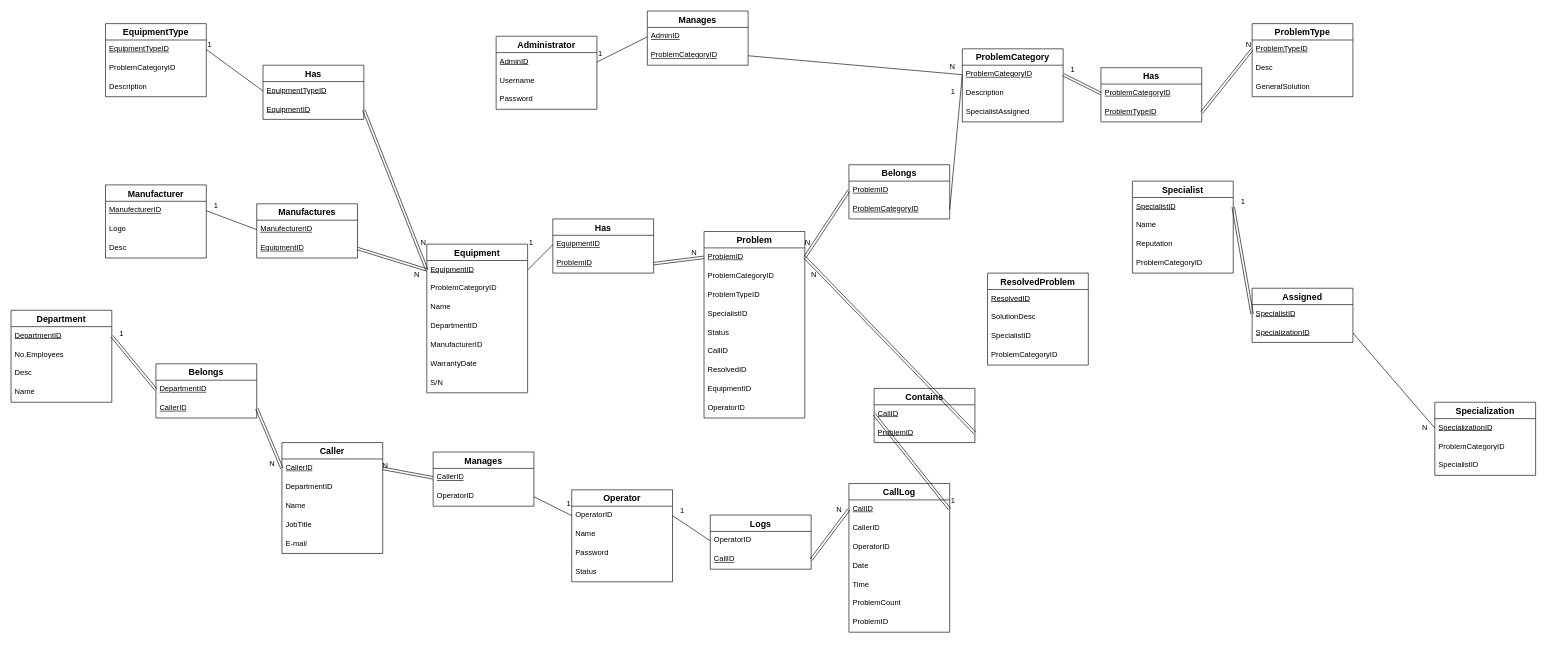
This is DiagramaEquipamento.drawio from VascoMatos/diagramas, a draw.io file, before an edit. Source tidied: cells renumbered, new cells numbered last; positions are measured from the earlier drawing's top-left corner, leaving out a move shared by most shapes. Both pictures are drawn from the tidied source at 63%, with x=0, y=0 at pixel (11, 11).
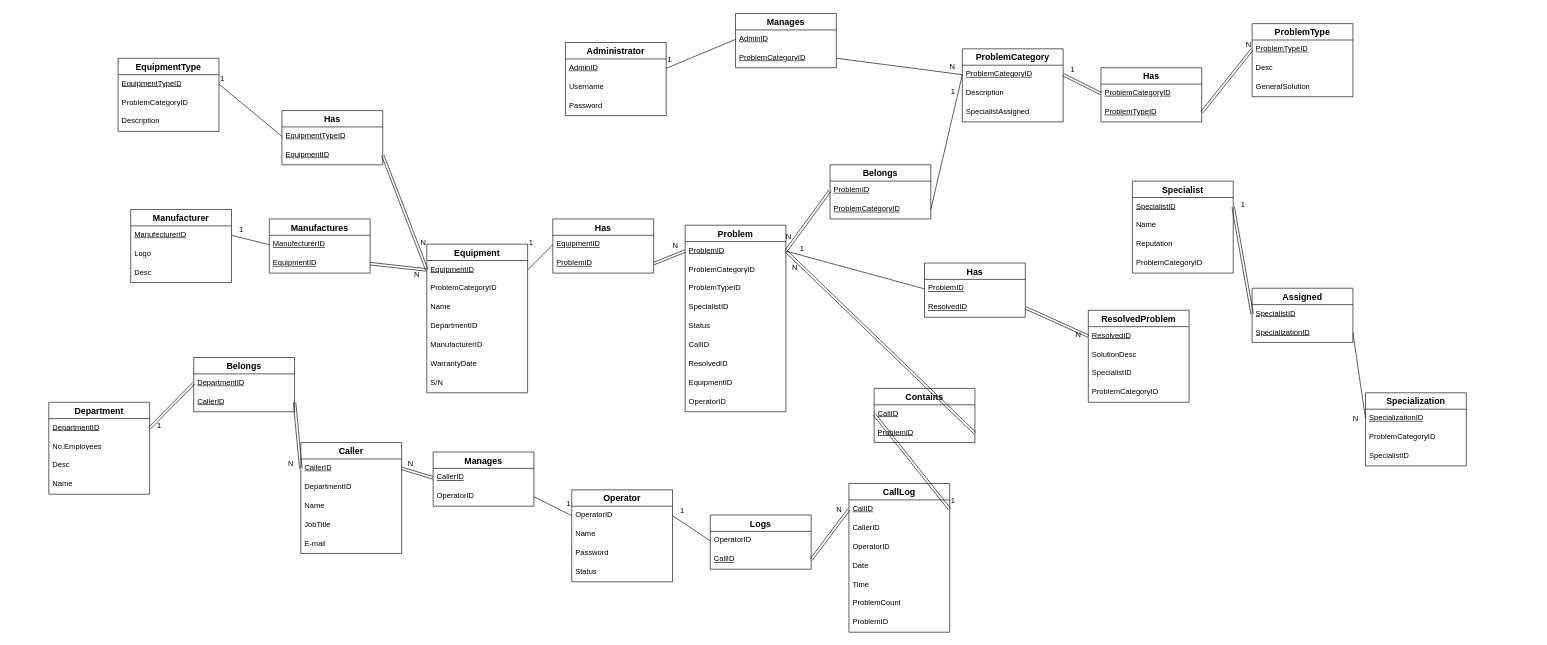
The same diagram, later.

Unchanged cells that the change refers to:
```xml
<mxCell id="59" value="&lt;u&gt;ResolvedID&lt;/u&gt;" style="text;strokeColor=none;fillColor=none;spacingLeft=4;spacingRight=4;overflow=hidden;points=[[0,0.5],[1,0.5]];portConstraint=eastwest;fontSize=12;whiteSpace=wrap;html=1;" parent="58" vertex="1">
  <mxGeometry y="26" width="160" height="30" as="geometry" />
</mxCell>
<mxCell id="69" value="&lt;u&gt;ProblemID&lt;/u&gt;" style="text;strokeColor=none;fillColor=none;spacingLeft=4;spacingRight=4;overflow=hidden;points=[[0,0.5],[1,0.5]];portConstraint=eastwest;fontSize=12;whiteSpace=wrap;html=1;" parent="68" vertex="1">
  <mxGeometry y="26" width="160" height="30" as="geometry" />
</mxCell>
<mxCell id="95" style="shape=link;html=1;rounded=0;entryX=1;entryY=0.5;entryDx=0;entryDy=0;exitX=0;exitY=0.5;exitDx=0;exitDy=0;" parent="1" edge="1" source="93" target="20">
  <mxGeometry relative="1" as="geometry" />
</mxCell>
<mxCell id="151" style="shape=link;html=1;rounded=0;entryX=1;entryY=0.5;entryDx=0;entryDy=0;exitX=0;exitY=0.5;exitDx=0;exitDy=0;" parent="1" edge="1" source="149" target="64">
  <mxGeometry relative="1" as="geometry" />
</mxCell>
```

The edit, as a diff of the source:
```diff
@@
     <mxCell id="2" value="EquipmentType" style="swimlane;fontStyle=1;horizontal=1;startSize=26;align=center;fontSize=14;" parent="1" vertex="1">
-      <mxGeometry x="150" y="20" width="160" height="116" as="geometry" />
+      <mxGeometry x="170" y="75" width="160" height="116" as="geometry" />
     </mxCell>
@@
     <mxCell id="6" value="Manufacturer" style="swimlane;fontStyle=1;horizontal=1;startSize=26;align=center;fontSize=14;" parent="1" vertex="1">
-      <mxGeometry x="150" y="276" width="160" height="116" as="geometry" />
+      <mxGeometry x="190" y="315" width="160" height="116" as="geometry" />
     </mxCell>
@@
     <mxCell id="10" value="Administrator" style="swimlane;fontStyle=1;horizontal=1;startSize=26;align=center;fontSize=14;" parent="1" vertex="1">
-      <mxGeometry x="770" y="40" width="160" height="116" as="geometry" />
+      <mxGeometry x="880" y="50" width="160" height="116" as="geometry" />
     </mxCell>
@@
     <mxCell id="14" value="Department" style="swimlane;fontStyle=1;horizontal=1;startSize=26;align=center;fontSize=14;" parent="1" vertex="1">
-      <mxGeometry y="475" width="160" height="146" as="geometry" />
+      <mxGeometry x="60" y="621" width="160" height="146" as="geometry" />
     </mxCell>
@@
     <mxCell id="19" value="Caller" style="swimlane;fontStyle=1;horizontal=1;startSize=26;align=center;fontSize=14;" parent="1" vertex="1">
-      <mxGeometry x="430" y="685" width="160" height="176" as="geometry" />
+      <mxGeometry x="460" y="685" width="160" height="176" as="geometry" />
     </mxCell>
@@
     <mxCell id="46" value="Specialization" style="swimlane;fontStyle=1;horizontal=1;startSize=26;align=center;fontSize=14;" parent="1" vertex="1">
-      <mxGeometry x="2260" y="621" width="160" height="116" as="geometry" />
+      <mxGeometry x="2150" y="606" width="160" height="116" as="geometry" />
     </mxCell>
@@
     <mxCell id="58" value="ResolvedProblem" style="swimlane;fontStyle=1;horizontal=1;startSize=26;align=center;fontSize=14;" parent="1" vertex="1">
-      <mxGeometry x="1550" y="416" width="160" height="146" as="geometry" />
+      <mxGeometry x="1710" y="475" width="160" height="146" as="geometry" />
     </mxCell>
@@
     <mxCell id="68" value="Problem" style="swimlane;fontStyle=1;horizontal=1;startSize=26;align=center;fontSize=14;" parent="1" vertex="1">
-      <mxGeometry x="1100" y="350" width="160" height="296" as="geometry" />
+      <mxGeometry x="1070" y="340" width="160" height="296" as="geometry" />
     </mxCell>
@@
     <mxCell id="78" value="Manufactures" style="swimlane;fontStyle=1;horizontal=1;startSize=26;align=center;fontSize=14;" parent="1" vertex="1">
-      <mxGeometry x="390" y="306" width="160" height="86" as="geometry" />
+      <mxGeometry x="410" y="330" width="160" height="86" as="geometry" />
     </mxCell>
@@
     <mxCell id="85" value="Belongs" style="swimlane;fontStyle=1;horizontal=1;startSize=26;align=center;fontSize=14;" parent="1" vertex="1">
-      <mxGeometry x="230" y="560" width="160" height="86" as="geometry" />
+      <mxGeometry x="290" y="550" width="160" height="86" as="geometry" />
     </mxCell>
@@
     <mxCell id="96" value="N" style="html=1;whiteSpace=wrap;align=right;verticalAlign=bottom;" parent="95" vertex="1">
       <mxGeometry x="1" relative="1" as="geometry">
-        <mxPoint x="10" y="4" as="offset" />
+        <mxPoint x="20" as="offset" />
       </mxGeometry>
     </mxCell>
@@
     <mxCell id="99" value="Manages" style="swimlane;fontStyle=1;horizontal=1;startSize=26;align=center;fontSize=14;" parent="1" vertex="1">
-      <mxGeometry x="1010" width="160" height="86" as="geometry" />
+      <mxGeometry x="1150" y="4" width="160" height="86" as="geometry" />
     </mxCell>
@@
     <mxCell id="106" value="Has" style="swimlane;fontStyle=1;horizontal=1;startSize=26;align=center;fontSize=14;" parent="1" vertex="1">
-      <mxGeometry x="400" y="86" width="160" height="86" as="geometry" />
+      <mxGeometry x="430" y="158" width="160" height="86" as="geometry" />
     </mxCell>
@@
     <mxCell id="120" value="Belongs" style="swimlane;fontStyle=1;horizontal=1;startSize=26;align=center;fontSize=14;" parent="1" vertex="1">
-      <mxGeometry x="1330" y="244" width="160" height="86" as="geometry" />
+      <mxGeometry x="1300" y="244" width="160" height="86" as="geometry" />
     </mxCell>
@@
     <mxCell id="152" value="1" style="html=1;whiteSpace=wrap;align=right;verticalAlign=bottom;" parent="151" vertex="1">
       <mxGeometry x="1" relative="1" as="geometry">
-        <mxPoint x="20" as="offset" />
+        <mxPoint x="20" y="4" as="offset" />
       </mxGeometry>
     </mxCell>
@@
+    <mxCell id="155" value="Has" style="swimlane;fontStyle=1;horizontal=1;startSize=26;align=center;fontSize=14;" parent="1" vertex="1">
+      <mxGeometry x="1450" y="400" width="160" height="86" as="geometry" />
+    </mxCell>
+    <mxCell id="156" value="&lt;u&gt;ProblemID&lt;/u&gt;" style="text;strokeColor=none;fillColor=none;spacingLeft=4;spacingRight=4;overflow=hidden;points=[[0,0.5],[1,0.5]];portConstraint=eastwest;fontSize=12;whiteSpace=wrap;html=1;" parent="155" vertex="1">
+      <mxGeometry y="26" width="160" height="30" as="geometry" />
+    </mxCell>
+    <mxCell id="157" value="&lt;u&gt;ResolvedID&lt;/u&gt;" style="text;strokeColor=none;fillColor=none;spacingLeft=4;spacingRight=4;overflow=hidden;points=[[0,0.5],[1,0.5]];portConstraint=eastwest;fontSize=12;whiteSpace=wrap;html=1;" parent="155" vertex="1">
+      <mxGeometry y="56" width="160" height="30" as="geometry" />
+    </mxCell>
+    <mxCell id="158" style="endArrow=none;html=1;rounded=0;entryX=1;entryY=0.5;entryDx=0;entryDy=0;exitX=0;exitY=0.5;exitDx=0;exitDy=0;" parent="1" edge="1" source="156" target="69">
+      <mxGeometry relative="1" as="geometry" />
+    </mxCell>
+    <mxCell id="159" value="1" style="html=1;whiteSpace=wrap;align=right;verticalAlign=bottom;" parent="158" vertex="1">
+      <mxGeometry x="1" relative="1" as="geometry">
+        <mxPoint x="30" y="5" as="offset" />
+      </mxGeometry>
+    </mxCell>
+    <mxCell id="160" style="shape=link;html=1;rounded=0;entryX=0;entryY=0.5;entryDx=0;entryDy=0;exitX=1;exitY=0.5;exitDx=0;exitDy=0;" parent="1" edge="1" source="157" target="59">
+      <mxGeometry relative="1" as="geometry" />
+    </mxCell>
+    <mxCell id="161" value="N" style="html=1;whiteSpace=wrap;align=right;verticalAlign=bottom;" parent="160" vertex="1">
+      <mxGeometry x="1" relative="1" as="geometry">
+        <mxPoint x="-10" y="6" as="offset" />
+      </mxGeometry>
+    </mxCell>
```
